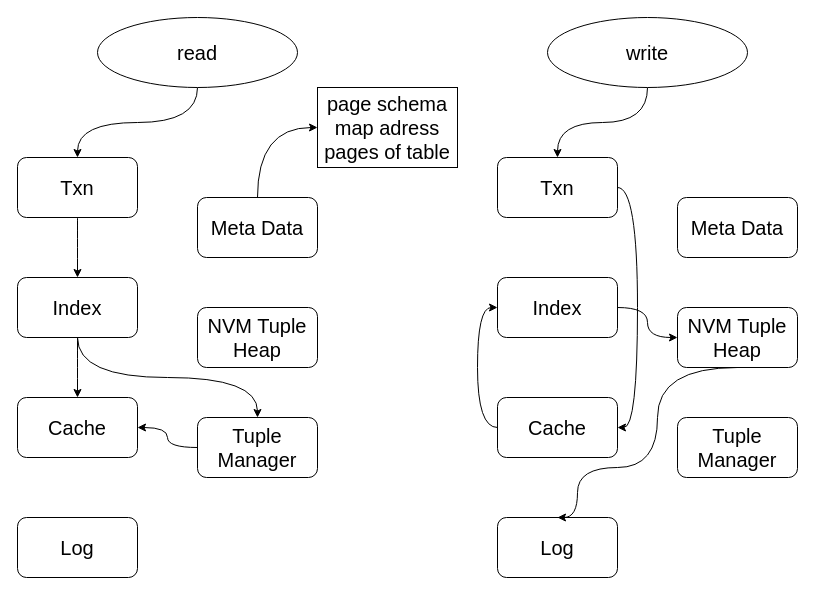
rehoboan/Draw-Files keeps this draw.io diagram as NVM.drawio. Above is the earlier version. Source tidied: cells renumbered, new cells numbered last; positions are measured from the earlier drawing's top-left corner, leaving out a move shared by most shapes. Both pictures are drawn from the tidied source at 100%, with x=0, y=0 at pixel (17, 17).
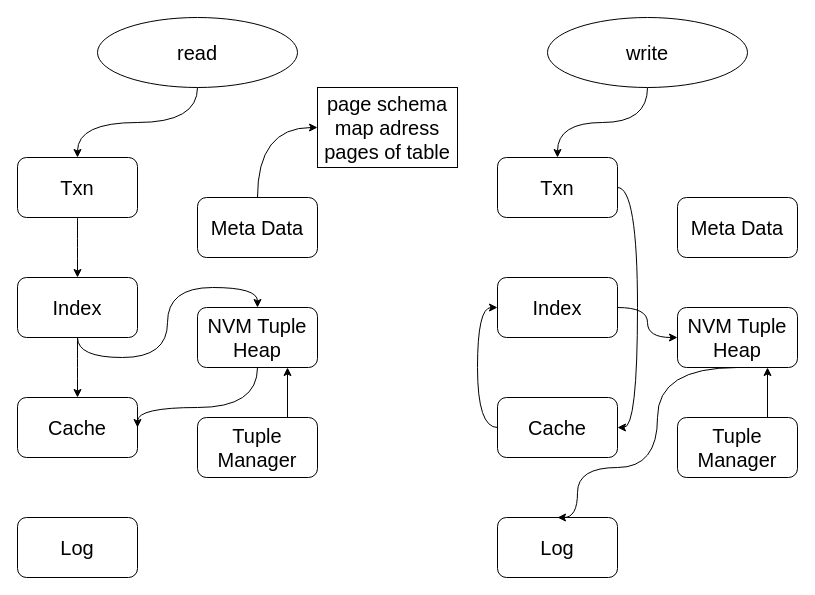
Above is the later version.

The change refers to these unchanged cells:
```xml
<mxCell id="8" value="Index" style="rounded=1;whiteSpace=wrap;html=1;fontSize=20;" parent="1" vertex="1">
  <mxGeometry y="260" width="120" height="60" as="geometry" />
</mxCell>
<mxCell id="9" value="Cache" style="rounded=1;whiteSpace=wrap;html=1;fontSize=20;" parent="1" vertex="1">
  <mxGeometry y="380" width="120" height="60" as="geometry" />
</mxCell>
<mxCell id="13" value="NVM Tuple Heap" style="rounded=1;whiteSpace=wrap;html=1;fontSize=20;" parent="1" vertex="1">
  <mxGeometry x="180" y="290" width="120" height="60" as="geometry" />
</mxCell>
<mxCell id="15" value="Tuple Manager" style="rounded=1;whiteSpace=wrap;html=1;fontSize=20;" parent="1" vertex="1">
  <mxGeometry x="180" y="400" width="120" height="60" as="geometry" />
</mxCell>
<mxCell id="27" value="NVM Tuple Heap" style="rounded=1;whiteSpace=wrap;html=1;fontSize=20;" parent="1" vertex="1">
  <mxGeometry x="660" y="290" width="120" height="60" as="geometry" />
</mxCell>
<mxCell id="28" value="Tuple Manager" style="rounded=1;whiteSpace=wrap;html=1;fontSize=20;" parent="1" vertex="1">
  <mxGeometry x="660" y="400" width="120" height="60" as="geometry" />
</mxCell>
```

Diff of the diagram source:
```diff
@@
-    <mxCell id="7" style="edgeStyle=orthogonalEdgeStyle;curved=1;rounded=0;jettySize=auto;html=1;exitX=0.5;exitY=1;exitDx=0;exitDy=0;entryX=0.5;entryY=0;entryDx=0;entryDy=0;fontSize=20;" parent="1" edge="1" source="8" target="15">
+    <mxCell id="7" style="edgeStyle=orthogonalEdgeStyle;curved=1;rounded=0;jettySize=auto;html=1;exitX=0.5;exitY=1;exitDx=0;exitDy=0;entryX=0.5;entryY=0;entryDx=0;entryDy=0;fontSize=20;" parent="1" edge="1" source="8" target="13">
       <mxGeometry relative="1" as="geometry" />
     </mxCell>
@@
-    <mxCell id="14" style="edgeStyle=orthogonalEdgeStyle;curved=1;rounded=0;jettySize=auto;html=1;exitX=0;exitY=0.5;exitDx=0;exitDy=0;entryX=1;entryY=0.5;entryDx=0;entryDy=0;fontSize=20;" parent="1" edge="1" source="15" target="9">
-      <mxGeometry relative="1" as="geometry" />
+    <mxCell id="14" style="edgeStyle=orthogonalEdgeStyle;curved=1;rounded=0;jettySize=auto;html=1;exitX=0.5;exitY=1;exitDx=0;exitDy=0;entryX=1;entryY=0.5;entryDx=0;entryDy=0;fontSize=20;" parent="1" edge="1" source="13" target="9">
+      <mxGeometry relative="1" as="geometry">
+        <Array as="points">
+          <mxPoint x="240" y="390" />
+          <mxPoint x="120" y="390" />
+        </Array>
+      </mxGeometry>
     </mxCell>
+    <mxCell id="30" style="edgeStyle=orthogonalEdgeStyle;rounded=0;jettySize=auto;html=1;exitX=0.75;exitY=0;exitDx=0;exitDy=0;entryX=0.75;entryY=1;entryDx=0;entryDy=0;" parent="1" edge="1" source="15" target="13">
+      <mxGeometry relative="1" as="geometry" />
+    </mxCell>
@@
+    <mxCell id="31" style="edgeStyle=orthogonalEdgeStyle;rounded=0;jettySize=auto;html=1;exitX=0.75;exitY=0;exitDx=0;exitDy=0;entryX=0.75;entryY=1;entryDx=0;entryDy=0;" parent="1" edge="1" source="28" target="27">
+      <mxGeometry relative="1" as="geometry" />
+    </mxCell>
```
